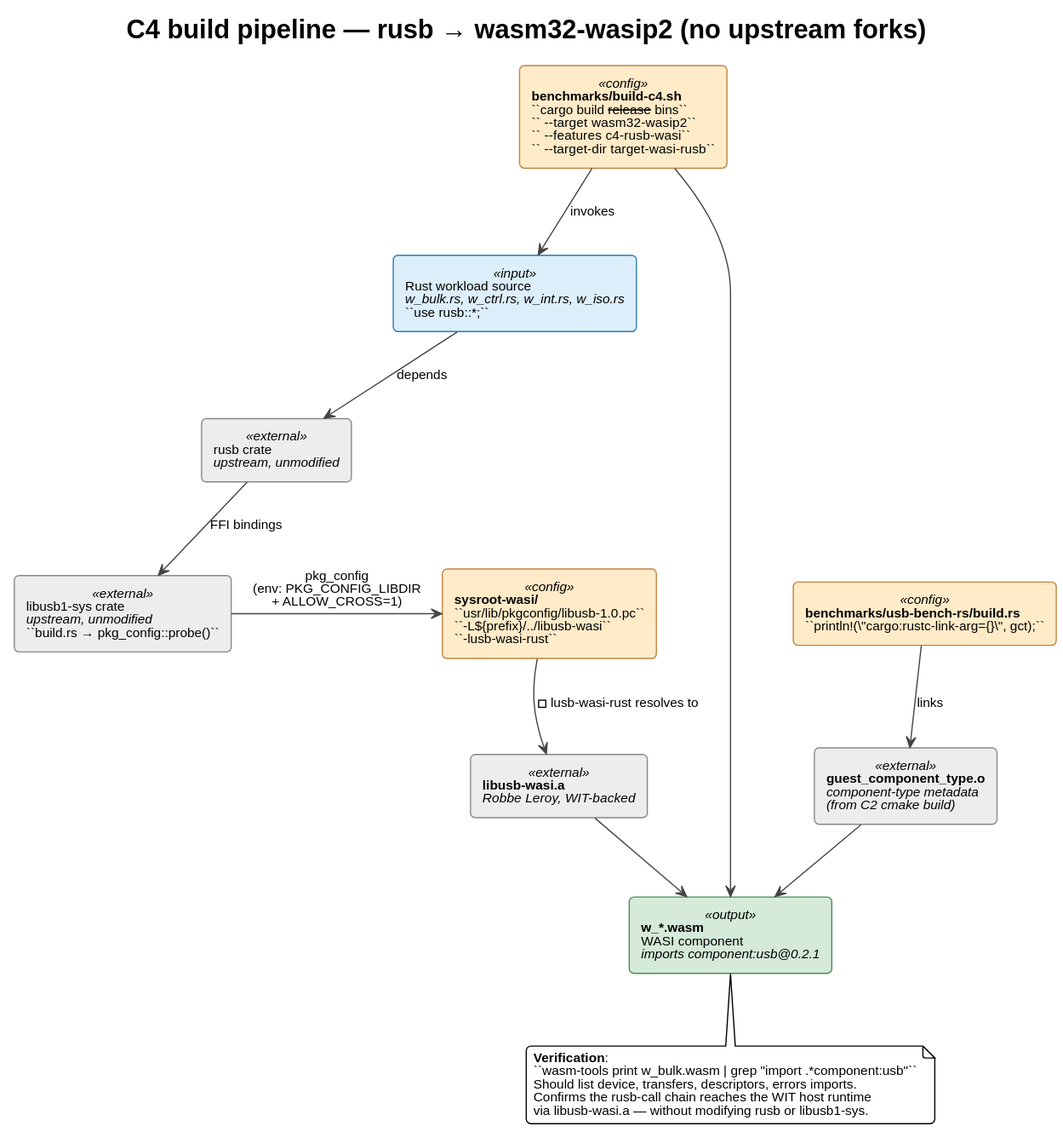
This is diagrams/crosscompile_pipeline.svg from idlab-discover/masters-sibren-wieme, a PlantUML export, as it was before one commit. The source it was exported from:
```plantuml
@startuml
!theme plain
skinparam shadowing false
skinparam roundcorner 8
skinparam defaultFontName "Helvetica"
skinparam defaultFontSize 11
skinparam ArrowColor #444

title C4 build pipeline — rusb → wasm32-wasip2 (no upstream forks)

skinparam rectangle {
  BackgroundColor<<input>>  #DCEFFB
  BorderColor<<input>>      #2C7BB6
  BackgroundColor<<config>> #FFEBC8
  BorderColor<<config>>     #C0823F
  BackgroundColor<<output>> #D5EAD8
  BorderColor<<output>>     #4B8B5A
  BackgroundColor<<external>> #EDEDED
  BorderColor<<external>>   #888
}

rectangle "Rust workload source\n//w_bulk.rs, w_ctrl.rs, w_int.rs, w_iso.rs//\n``use rusb::*;``" as src <<input>>
rectangle "rusb crate\n//upstream, unmodified//" as rusb <<external>>
rectangle "libusb1-sys crate\n//upstream, unmodified//\n``build.rs → pkg_config::probe()``" as sys <<external>>
rectangle "**sysroot-wasi/**\n``usr/lib/pkgconfig/libusb-1.0.pc``\n``-L${prefix}/../libusb-wasi``\n``-lusb-wasi-rust``" as sysroot <<config>>
rectangle "**libusb-wasi.a**\n//Robbe Leroy, WIT-backed//" as a <<external>>
rectangle "**guest_component_type.o**\n//component-type metadata//\n//(from C2 cmake build)//" as gct <<external>>

src      -down-> rusb : depends
rusb     -down-> sys  : FFI bindings
sys      -right-> sysroot : pkg_config\n(env: PKG_CONFIG_LIBDIR\n+ ALLOW_CROSS=1)
sysroot  -down-> a   : -lusb-wasi-rust resolves to

rectangle "**benchmarks/build-c4.sh**\n``cargo build --release --bins``\n``  --target wasm32-wasip2``\n``  --features c4-rusb-wasi``\n``  --target-dir target-wasi-rusb``" as cargo <<config>>

rectangle "**benchmarks/usb-bench-rs/build.rs**\n``println!(\"cargo:rustc-link-arg={}\", gct);``" as buildrs <<config>>

cargo --> src : invokes
buildrs --> gct : links

rectangle "**w_*.wasm**\nWASI component\n//imports component:usb@0.2.1//" as wasm <<output>>

cargo -down-> wasm
a     -down-> wasm
gct   -down-> wasm

note bottom of wasm
  **Verification**:
  ``wasm-tools print w_bulk.wasm | grep "import .*component:usb"``
  Should list device, transfers, descriptors, errors imports.
  Confirms the rusb-call chain reaches the WIT host runtime
  via libusb-wasi.a — without modifying rusb or libusb1-sys.
end note
@enduml
```
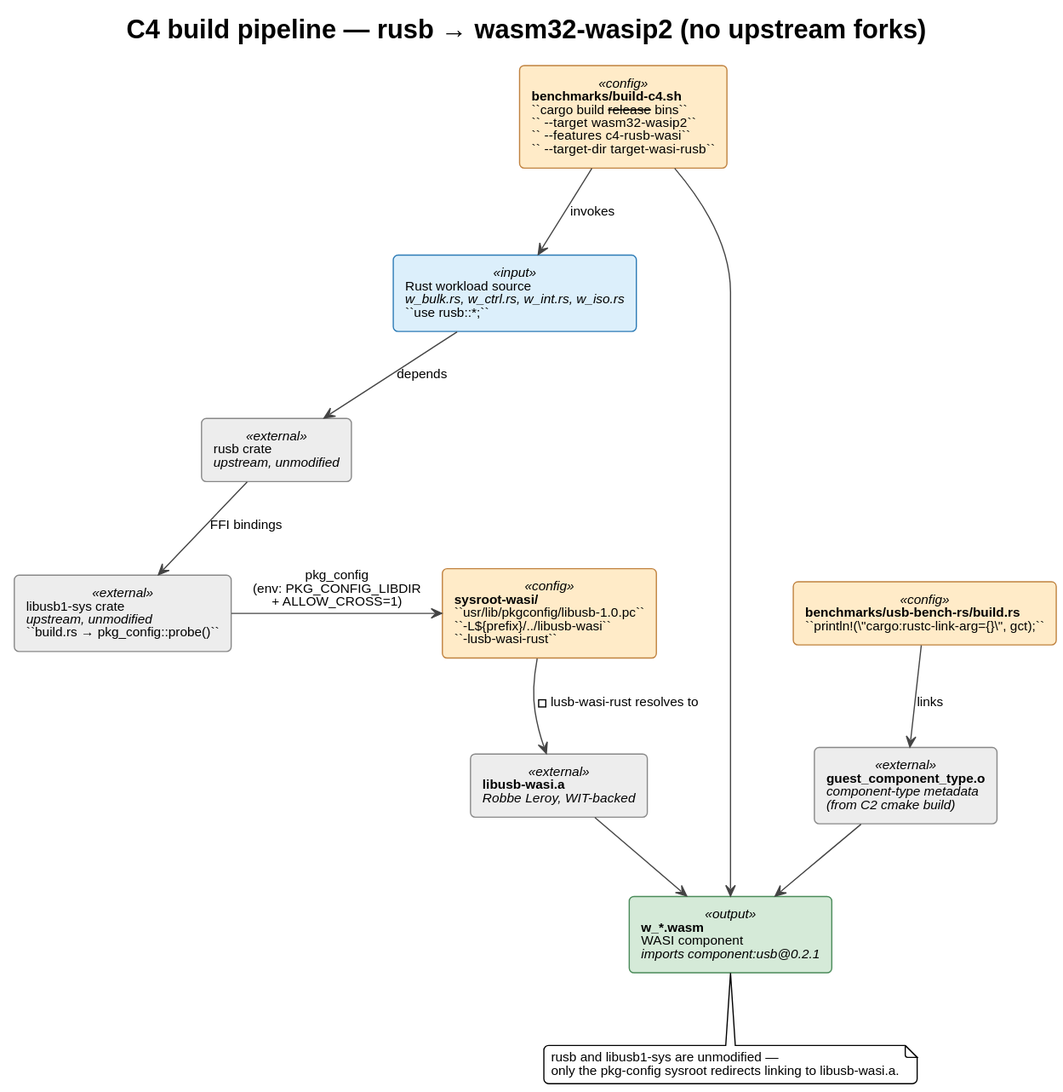
After the change.

The edit, as a diff of the source:
```diff
@@ -45,10 +45,7 @@
 gct   -down-> wasm
 
 note bottom of wasm
-  **Verification**:
-  ``wasm-tools print w_bulk.wasm | grep "import .*component:usb"``
-  Should list device, transfers, descriptors, errors imports.
-  Confirms the rusb-call chain reaches the WIT host runtime
-  via libusb-wasi.a — without modifying rusb or libusb1-sys.
+  rusb and libusb1-sys are unmodified —
+  only the pkg-config sysroot redirects linking to libusb-wasi.a.
 end note
 @enduml
```
